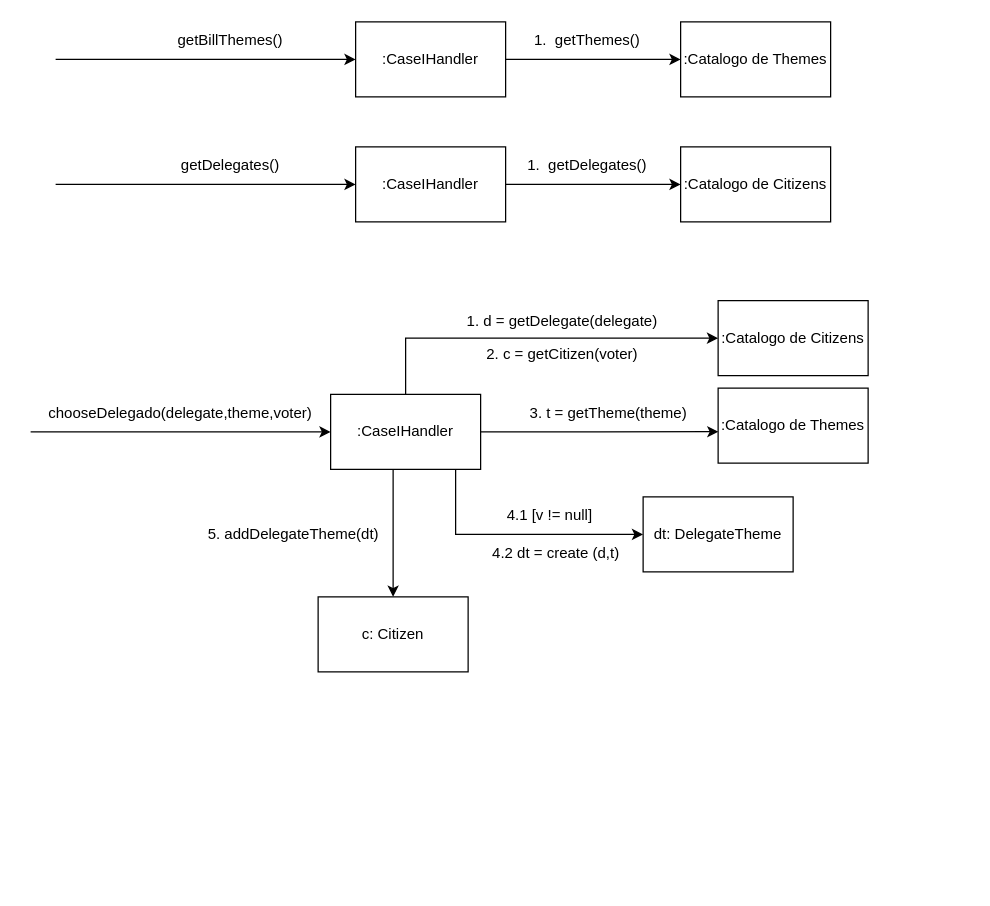
thiagottvd/democracia2 keeps this draw.io diagram as page "Page-6" (6 of 8) of docs/IDs.drawio. Above is the earlier version. Source tidied: cells renumbered, new cells numbered last; positions are measured from the earlier drawing's top-left corner, leaving out a move shared by most shapes. Both pictures are drawn from the tidied source at 125%, with x=0, y=0 at pixel (30, 21).
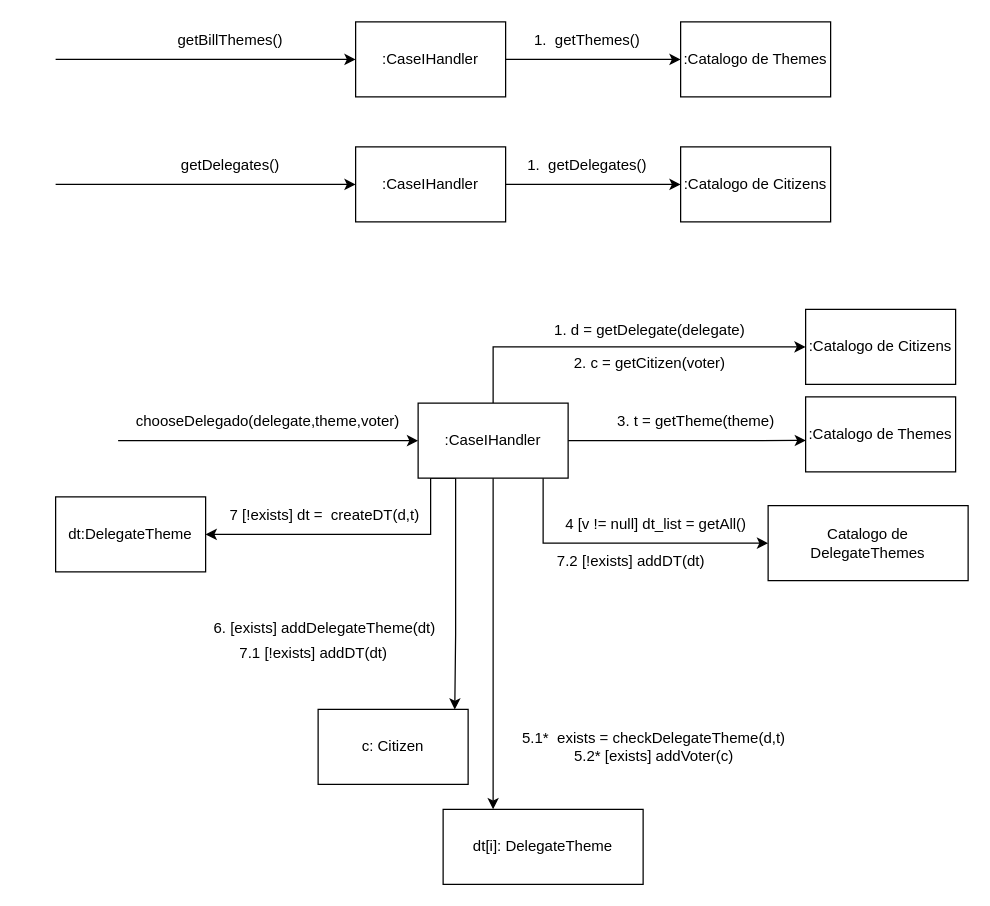
After the change.

Change to the diagram source:
```diff
@@
     <mxCell id="14" style="edgeStyle=orthogonalEdgeStyle;rounded=0;jettySize=auto;html=1;endArrow=none;endFill=0;startArrow=classic;startFill=1;" parent="1" edge="1" source="19">
       <mxGeometry relative="1" as="geometry">
-        <mxPoint y="328" as="targetPoint" />
+        <mxPoint x="70" y="335" as="targetPoint" />
       </mxGeometry>
     </mxCell>
@@
     <mxCell id="16" style="edgeStyle=orthogonalEdgeStyle;rounded=0;jettySize=auto;html=1;entryX=0;entryY=0.5;entryDx=0;entryDy=0;" parent="1" edge="1" source="19" target="23">
       <mxGeometry relative="1" as="geometry">
         <Array as="points">
-          <mxPoint x="300" y="253" />
+          <mxPoint x="370" y="260" />
         </Array>
       </mxGeometry>
     </mxCell>
     <mxCell id="17" style="edgeStyle=orthogonalEdgeStyle;rounded=0;jettySize=auto;html=1;" parent="1" edge="1" source="19" target="26">
       <mxGeometry relative="1" as="geometry">
         <Array as="points">
-          <mxPoint x="340" y="410" />
+          <mxPoint x="410" y="417" />
         </Array>
       </mxGeometry>
     </mxCell>
+    <mxCell id="31" style="edgeStyle=orthogonalEdgeStyle;rounded=0;jettySize=auto;html=1;entryX=0.25;entryY=0;entryDx=0;entryDy=0;" parent="1" edge="1" source="19" target="33">
+      <mxGeometry relative="1" as="geometry" />
+    </mxCell>
+    <mxCell id="32" style="edgeStyle=orthogonalEdgeStyle;rounded=0;jettySize=auto;html=1;exitX=0.25;exitY=1;exitDx=0;exitDy=0;entryX=1;entryY=0.5;entryDx=0;entryDy=0;" parent="1" edge="1" source="19" target="36">
+      <mxGeometry relative="1" as="geometry">
+        <Array as="points">
+          <mxPoint x="320" y="365" />
+          <mxPoint x="320" y="410" />
+        </Array>
+      </mxGeometry>
+    </mxCell>
-    <mxCell id="18" style="edgeStyle=orthogonalEdgeStyle;rounded=0;jettySize=auto;html=1;entryX=0.5;entryY=0;entryDx=0;entryDy=0;" parent="1" edge="1" source="19" target="29">
+    <mxCell id="18" style="edgeStyle=orthogonalEdgeStyle;rounded=0;jettySize=auto;html=1;entryX=0.911;entryY=0.002;entryDx=0;entryDy=0;entryPerimeter=0;" parent="1" edge="1" source="19" target="29">
       <mxGeometry relative="1" as="geometry">
         <Array as="points">
-          <mxPoint x="290" y="460" />
+          <mxPoint x="340" y="490" />
+          <mxPoint x="340" y="490" />
         </Array>
       </mxGeometry>
     </mxCell>
     <mxCell id="19" value=":CaseIHandler" style="rounded=0;whiteSpace=wrap;html=1;" parent="1" vertex="1">
-      <mxGeometry x="240" y="298" width="120" height="60" as="geometry" />
+      <mxGeometry x="310" y="305" width="120" height="60" as="geometry" />
     </mxCell>
     <mxCell id="20" value="chooseDelegado(delegate,theme,voter)" style="text;html=1;strokeColor=none;fillColor=none;align=center;verticalAlign=middle;whiteSpace=wrap;rounded=0;" parent="1" vertex="1">
-      <mxGeometry x="20" y="298" width="200" height="30" as="geometry" />
+      <mxGeometry x="90" y="305" width="200" height="30" as="geometry" />
     </mxCell>
     <mxCell id="21" value=":Catalogo de Themes" style="whiteSpace=wrap;html=1;" parent="1" vertex="1">
-      <mxGeometry x="550" y="293" width="120" height="60" as="geometry" />
+      <mxGeometry x="620" y="300" width="120" height="60" as="geometry" />
     </mxCell>
     <mxCell id="22" value="3. t = getTheme(theme)" style="text;html=1;align=center;verticalAlign=middle;strokeColor=none;fillColor=none;" parent="1" vertex="1">
-      <mxGeometry x="387" y="298" width="150" height="30" as="geometry" />
+      <mxGeometry x="457" y="305" width="150" height="30" as="geometry" />
     </mxCell>
     <mxCell id="23" value=":Catalogo de Citizens" style="whiteSpace=wrap;html=1;" parent="1" vertex="1">
-      <mxGeometry x="550" y="223" width="120" height="60" as="geometry" />
+      <mxGeometry x="620" y="230" width="120" height="60" as="geometry" />
     </mxCell>
     <mxCell id="24" value="1. d = getDelegate(delegate)" style="text;html=1;align=center;verticalAlign=middle;strokeColor=none;fillColor=none;" parent="1" vertex="1">
-      <mxGeometry x="335" y="225" width="180" height="30" as="geometry" />
+      <mxGeometry x="405" y="232" width="180" height="30" as="geometry" />
     </mxCell>
     <mxCell id="25" value="2. c = getCitizen(voter)" style="text;html=1;align=center;verticalAlign=middle;strokeColor=none;fillColor=none;" parent="1" vertex="1">
-      <mxGeometry x="355" y="251" width="140" height="30" as="geometry" />
+      <mxGeometry x="425" y="258" width="140" height="30" as="geometry" />
     </mxCell>
-    <mxCell id="26" value="dt: DelegateTheme" style="rounded=0;whiteSpace=wrap;html=1;" parent="1" vertex="1">
-      <mxGeometry x="490" y="380" width="120" height="60" as="geometry" />
+    <mxCell id="26" value="Catalogo de DelegateThemes" style="rounded=0;whiteSpace=wrap;html=1;" parent="1" vertex="1">
+      <mxGeometry x="590" y="387" width="160" height="60" as="geometry" />
     </mxCell>
-    <mxCell id="27" value="4.2 dt = create (d,t)" style="text;html=1;align=center;verticalAlign=middle;strokeColor=none;fillColor=none;" parent="1" vertex="1">
-      <mxGeometry x="355" y="410" width="130" height="30" as="geometry" />
+    <mxCell id="27" value="7.2 [!exists] addDT(dt)" style="text;html=1;align=center;verticalAlign=middle;strokeColor=none;fillColor=none;" parent="1" vertex="1">
+      <mxGeometry x="410" y="417" width="140" height="30" as="geometry" />
     </mxCell>
-    <mxCell id="28" value="4.1 [v != null]" style="text;html=1;align=center;verticalAlign=middle;strokeColor=none;fillColor=none;" parent="1" vertex="1">
-      <mxGeometry x="370" y="380" width="90" height="30" as="geometry" />
+    <mxCell id="28" value="4 [v != null] dt_list = getAll()" style="text;html=1;align=center;verticalAlign=middle;strokeColor=none;fillColor=none;" parent="1" vertex="1">
+      <mxGeometry x="415" y="387" width="170" height="30" as="geometry" />
     </mxCell>
     <mxCell id="29" value="c: Citizen" style="rounded=0;whiteSpace=wrap;html=1;" parent="1" vertex="1">
-      <mxGeometry x="230" y="460" width="120" height="60" as="geometry" />
+      <mxGeometry x="230" y="550" width="120" height="60" as="geometry" />
     </mxCell>
-    <mxCell id="30" value="5. addDelegateTheme(dt)" style="text;html=1;align=center;verticalAlign=middle;strokeColor=none;fillColor=none;" parent="1" vertex="1">
-      <mxGeometry x="130" y="395" width="160" height="30" as="geometry" />
+    <mxCell id="30" value="6. [exists] addDelegateTheme(dt)" style="text;html=1;align=center;verticalAlign=middle;strokeColor=none;fillColor=none;" parent="1" vertex="1">
+      <mxGeometry x="135" y="470" width="200" height="30" as="geometry" />
     </mxCell>
+    <mxCell id="33" value="dt[i]: DelegateTheme" style="rounded=0;whiteSpace=wrap;html=1;" parent="1" vertex="1">
+      <mxGeometry x="330" y="630" width="160" height="60" as="geometry" />
+    </mxCell>
+    <mxCell id="34" value="5.1*&amp;nbsp; exists = checkDelegateTheme(d,t)&amp;nbsp;&lt;br&gt;5.2* [exists] addVoter(c)&amp;nbsp;" style="text;html=1;align=center;verticalAlign=middle;strokeColor=none;fillColor=none;" parent="1" vertex="1">
+      <mxGeometry x="380" y="560" width="240" height="40" as="geometry" />
+    </mxCell>
+    <mxCell id="35" value="7 [!exists] dt =&amp;nbsp; createDT(d,t)" style="text;html=1;align=center;verticalAlign=middle;strokeColor=none;fillColor=none;" parent="1" vertex="1">
+      <mxGeometry x="145" y="380" width="180" height="30" as="geometry" />
+    </mxCell>
+    <mxCell id="36" value="dt:DelegateTheme" style="rounded=0;whiteSpace=wrap;html=1;" parent="1" vertex="1">
+      <mxGeometry x="20" y="380" width="120" height="60" as="geometry" />
+    </mxCell>
+    <mxCell id="37" value="7.1 [!exists] addDT(dt)" style="text;html=1;align=center;verticalAlign=middle;strokeColor=none;fillColor=none;" parent="1" vertex="1">
+      <mxGeometry x="156" y="490" width="140" height="30" as="geometry" />
+    </mxCell>
```
